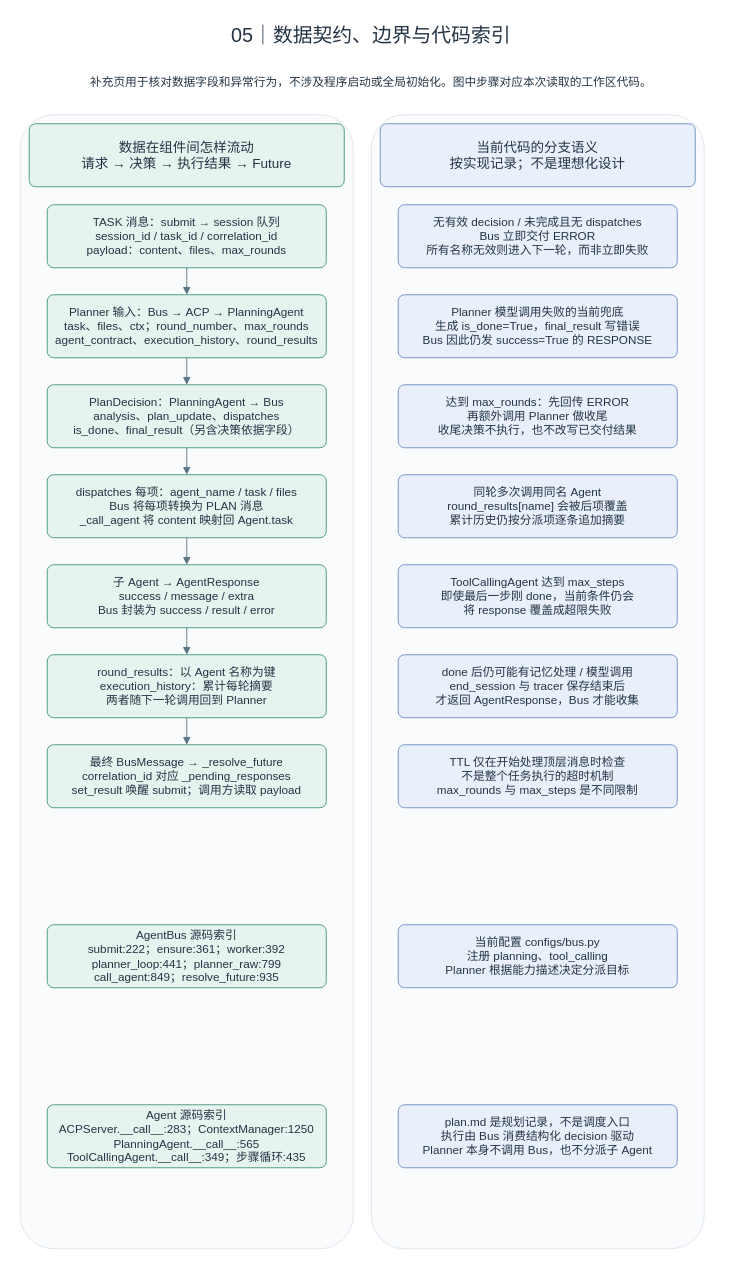
This is page "05｜数据契约、边界与代码索引" (5 of 6) of artifacts/agentbus-complete-flow-v4.drawio from roundliuyang/DeepResearchAgent, a draw.io file, before an edit. Source tidied: cells renumbered, new cells numbered last; positions are measured from the earlier drawing's top-left corner, leaving out a move shared by most shapes. Both pictures are drawn from the tidied source at 90%, with x=0, y=0 at pixel (15, 15).
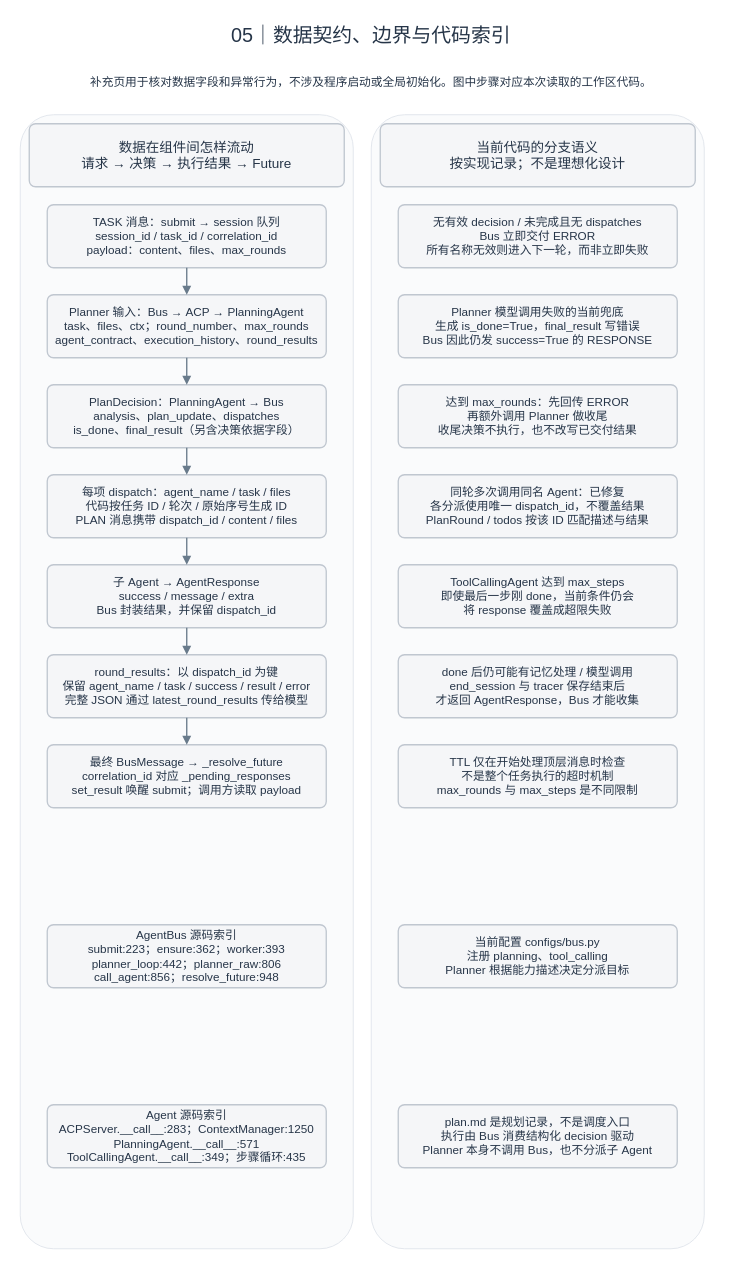
The same diagram, later.

The edit, as a diff of the source:
```diff
@@
-    <mxCell id="2" value="05｜数据契约、边界与代码索引" style="text;whiteSpace=wrap;html=0;fillColor=#FFFFFF;strokeColor=#FFFFFF;fontColor=#243444;fontSize=22;fontFamily=Helvetica;spacing=9;align=center;verticalAlign=middle;" parent="1" vertex="1">
+    <mxCell id="2" value="05｜数据契约、边界与代码索引" style="text;whiteSpace=wrap;html=0;fillColor=none;strokeColor=none;fontColor=#263548;fontSize=22;fontFamily=Helvetica;spacing=9;align=center;verticalAlign=middle;" parent="1" vertex="1">
       <mxGeometry width="790" height="45" as="geometry" />
     </mxCell>
-    <mxCell id="3" value="补充页用于核对数据字段和异常行为，不涉及程序启动或全局初始化。图中步骤对应本次读取的工作区代码。" style="text;whiteSpace=wrap;html=0;fillColor=#FFFFFF;strokeColor=#FFFFFF;fontColor=#243444;fontSize=13;fontFamily=Helvetica;spacing=9;align=center;verticalAlign=middle;" parent="1" vertex="1">
+    <mxCell id="3" value="补充页用于核对数据字段和异常行为，不涉及程序启动或全局初始化。图中步骤对应本次读取的工作区代码。" style="text;whiteSpace=wrap;html=0;fillColor=none;strokeColor=none;fontColor=#263548;fontSize=13;fontFamily=Helvetica;spacing=9;align=center;verticalAlign=middle;" parent="1" vertex="1">
       <mxGeometry y="50" width="790" height="45" as="geometry" />
     </mxCell>
-    <mxCell id="4" style="rounded=1;arcSize=10;whiteSpace=wrap;html=0;fillColor=#FAFBFD;strokeColor=#DFE5EC;fontColor=#243444;fontSize=14;fontFamily=Helvetica;spacing=9;align=center;verticalAlign=middle;" parent="1" vertex="1">
+    <mxCell id="4" style="rounded=1;arcSize=10;whiteSpace=wrap;html=0;fillColor=#FAFBFC;strokeColor=#E0E5EB;fontColor=#243444;fontSize=14;fontFamily=Helvetica;spacing=9;align=center;verticalAlign=middle;strokeWidth=1;" parent="1" vertex="1">
       <mxGeometry x="5" y="110" width="370" height="1260" as="geometry" />
     </mxCell>
-    <mxCell id="5" value="数据在组件间怎样流动&#10;请求 → 决策 → 执行结果 → Future" style="rounded=1;arcSize=10;whiteSpace=wrap;html=0;fillColor=#E7F3EF;strokeColor=#42967B;fontColor=#243444;fontSize=15;fontFamily=Helvetica;spacing=9;align=center;verticalAlign=middle;" parent="1" vertex="1">
+    <mxCell id="5" value="数据在组件间怎样流动&#10;请求 → 决策 → 执行结果 → Future" style="rounded=1;arcSize=10;whiteSpace=wrap;html=0;fillColor=#F5F6F8;strokeColor=#C0C7D0;fontColor=#263548;fontSize=15;fontFamily=Helvetica;spacing=9;align=center;verticalAlign=middle;strokeWidth=1.5;" parent="1" vertex="1">
       <mxGeometry x="15" y="120" width="350" height="70" as="geometry" />
     </mxCell>
-    <mxCell id="6" style="rounded=1;arcSize=10;whiteSpace=wrap;html=0;fillColor=#FAFBFD;strokeColor=#DFE5EC;fontColor=#243444;fontSize=14;fontFamily=Helvetica;spacing=9;align=center;verticalAlign=middle;" parent="1" vertex="1">
+    <mxCell id="6" style="rounded=1;arcSize=10;whiteSpace=wrap;html=0;fillColor=#FAFBFC;strokeColor=#E0E5EB;fontColor=#243444;fontSize=14;fontFamily=Helvetica;spacing=9;align=center;verticalAlign=middle;strokeWidth=1;" parent="1" vertex="1">
       <mxGeometry x="395" y="110" width="370" height="1260" as="geometry" />
     </mxCell>
-    <mxCell id="7" value="当前代码的分支语义&#10;按实现记录；不是理想化设计" style="rounded=1;arcSize=10;whiteSpace=wrap;html=0;fillColor=#E9F0FC;strokeColor=#6D8DC4;fontColor=#243444;fontSize=15;fontFamily=Helvetica;spacing=9;align=center;verticalAlign=middle;" parent="1" vertex="1">
+    <mxCell id="7" value="当前代码的分支语义&#10;按实现记录；不是理想化设计" style="rounded=1;arcSize=10;whiteSpace=wrap;html=0;fillColor=#F5F6F8;strokeColor=#C0C7D0;fontColor=#263548;fontSize=15;fontFamily=Helvetica;spacing=9;align=center;verticalAlign=middle;strokeWidth=1.5;" parent="1" vertex="1">
       <mxGeometry x="405" y="120" width="350" height="70" as="geometry" />
     </mxCell>
-    <mxCell id="8" value="TASK 消息：submit → session 队列&#10;session_id / task_id / correlation_id&#10;payload：content、files、max_rounds" style="rounded=1;arcSize=10;whiteSpace=wrap;html=0;fillColor=#E7F3EF;strokeColor=#42967B;fontColor=#243444;fontSize=13;fontFamily=Helvetica;spacing=9;align=center;verticalAlign=middle;" parent="1" vertex="1">
+    <mxCell id="8" value="TASK 消息：submit → session 队列&#10;session_id / task_id / correlation_id&#10;payload：content、files、max_rounds" style="rounded=1;arcSize=10;whiteSpace=wrap;html=0;fillColor=#F5F6F8;strokeColor=#C0C7D0;fontColor=#263548;fontSize=13;fontFamily=Helvetica;spacing=9;align=center;verticalAlign=middle;strokeWidth=1.5;" parent="1" vertex="1">
       <mxGeometry x="35" y="210" width="310" height="70" as="geometry" />
     </mxCell>
-    <mxCell id="9" value="Planner 输入：Bus → ACP → PlanningAgent&#10;task、files、ctx；round_number、max_rounds&#10;agent_contract、execution_history、round_results" style="rounded=1;arcSize=10;whiteSpace=wrap;html=0;fillColor=#E7F3EF;strokeColor=#42967B;fontColor=#243444;fontSize=13;fontFamily=Helvetica;spacing=9;align=center;verticalAlign=middle;" parent="1" vertex="1">
+    <mxCell id="9" value="Planner 输入：Bus → ACP → PlanningAgent&#10;task、files、ctx；round_number、max_rounds&#10;agent_contract、execution_history、round_results" style="rounded=1;arcSize=10;whiteSpace=wrap;html=0;fillColor=#F5F6F8;strokeColor=#C0C7D0;fontColor=#263548;fontSize=13;fontFamily=Helvetica;spacing=9;align=center;verticalAlign=middle;strokeWidth=1.5;" parent="1" vertex="1">
       <mxGeometry x="35" y="310" width="310" height="70" as="geometry" />
     </mxCell>
-    <mxCell id="10" value="PlanDecision：PlanningAgent → Bus&#10;analysis、plan_update、dispatches&#10;is_done、final_result（另含决策依据字段）" style="rounded=1;arcSize=10;whiteSpace=wrap;html=0;fillColor=#E7F3EF;strokeColor=#42967B;fontColor=#243444;fontSize=13;fontFamily=Helvetica;spacing=9;align=center;verticalAlign=middle;" parent="1" vertex="1">
+    <mxCell id="10" value="PlanDecision：PlanningAgent → Bus&#10;analysis、plan_update、dispatches&#10;is_done、final_result（另含决策依据字段）" style="rounded=1;arcSize=10;whiteSpace=wrap;html=0;fillColor=#F5F6F8;strokeColor=#C0C7D0;fontColor=#263548;fontSize=13;fontFamily=Helvetica;spacing=9;align=center;verticalAlign=middle;strokeWidth=1.5;" parent="1" vertex="1">
       <mxGeometry x="35" y="410" width="310" height="70" as="geometry" />
     </mxCell>
-    <mxCell id="11" value="dispatches 每项：agent_name / task / files&#10;Bus 将每项转换为 PLAN 消息&#10;_call_agent 将 content 映射回 Agent.task" style="rounded=1;arcSize=10;whiteSpace=wrap;html=0;fillColor=#E7F3EF;strokeColor=#42967B;fontColor=#243444;fontSize=13;fontFamily=Helvetica;spacing=9;align=center;verticalAlign=middle;" parent="1" vertex="1">
+    <mxCell id="11" value="每项 dispatch：agent_name / task / files&#10;代码按任务 ID / 轮次 / 原始序号生成 ID&#10;PLAN 消息携带 dispatch_id / content / files" style="rounded=1;arcSize=10;whiteSpace=wrap;html=0;fillColor=#F5F6F8;strokeColor=#C0C7D0;fontColor=#263548;fontSize=13;fontFamily=Helvetica;spacing=9;align=center;verticalAlign=middle;strokeWidth=1.5;" parent="1" vertex="1">
       <mxGeometry x="35" y="510" width="310" height="70" as="geometry" />
     </mxCell>
-    <mxCell id="12" value="子 Agent → AgentResponse&#10;success / message / extra&#10;Bus 封装为 success / result / error" style="rounded=1;arcSize=10;whiteSpace=wrap;html=0;fillColor=#E7F3EF;strokeColor=#42967B;fontColor=#243444;fontSize=13;fontFamily=Helvetica;spacing=9;align=center;verticalAlign=middle;" parent="1" vertex="1">
+    <mxCell id="12" value="子 Agent → AgentResponse&#10;success / message / extra&#10;Bus 封装结果，并保留 dispatch_id" style="rounded=1;arcSize=10;whiteSpace=wrap;html=0;fillColor=#F5F6F8;strokeColor=#C0C7D0;fontColor=#263548;fontSize=13;fontFamily=Helvetica;spacing=9;align=center;verticalAlign=middle;strokeWidth=1.5;" parent="1" vertex="1">
       <mxGeometry x="35" y="610" width="310" height="70" as="geometry" />
     </mxCell>
-    <mxCell id="13" value="round_results：以 Agent 名称为键&#10;execution_history：累计每轮摘要&#10;两者随下一轮调用回到 Planner" style="rounded=1;arcSize=10;whiteSpace=wrap;html=0;fillColor=#E7F3EF;strokeColor=#42967B;fontColor=#243444;fontSize=13;fontFamily=Helvetica;spacing=9;align=center;verticalAlign=middle;" parent="1" vertex="1">
+    <mxCell id="13" value="round_results：以 dispatch_id 为键&#10;保留 agent_name / task / success / result / error&#10;完整 JSON 通过 latest_round_results 传给模型" style="rounded=1;arcSize=10;whiteSpace=wrap;html=0;fillColor=#F5F6F8;strokeColor=#C0C7D0;fontColor=#263548;fontSize=13;fontFamily=Helvetica;spacing=9;align=center;verticalAlign=middle;strokeWidth=1.5;" parent="1" vertex="1">
       <mxGeometry x="35" y="710" width="310" height="70" as="geometry" />
     </mxCell>
-    <mxCell id="14" value="最终 BusMessage → _resolve_future&#10;correlation_id 对应 _pending_responses&#10;set_result 唤醒 submit；调用方读取 payload" style="rounded=1;arcSize=10;whiteSpace=wrap;html=0;fillColor=#E7F3EF;strokeColor=#42967B;fontColor=#243444;fontSize=13;fontFamily=Helvetica;spacing=9;align=center;verticalAlign=middle;" parent="1" vertex="1">
+    <mxCell id="14" value="最终 BusMessage → _resolve_future&#10;correlation_id 对应 _pending_responses&#10;set_result 唤醒 submit；调用方读取 payload" style="rounded=1;arcSize=10;whiteSpace=wrap;html=0;fillColor=#F5F6F8;strokeColor=#C0C7D0;fontColor=#263548;fontSize=13;fontFamily=Helvetica;spacing=9;align=center;verticalAlign=middle;strokeWidth=1.5;" parent="1" vertex="1">
       <mxGeometry x="35" y="810" width="310" height="70" as="geometry" />
     </mxCell>
-    <mxCell id="15" value="AgentBus 源码索引&#10;submit:222；ensure:361；worker:392&#10;planner_loop:441；planner_raw:799&#10;call_agent:849；resolve_future:935" style="rounded=1;arcSize=10;whiteSpace=wrap;html=0;fillColor=#E7F3EF;strokeColor=#42967B;fontColor=#243444;fontSize=13;fontFamily=Helvetica;spacing=9;align=center;verticalAlign=middle;" parent="1" vertex="1">
+    <mxCell id="15" value="AgentBus 源码索引&#10;submit:223；ensure:362；worker:393&#10;planner_loop:442；planner_raw:806&#10;call_agent:856；resolve_future:948" style="rounded=1;arcSize=10;whiteSpace=wrap;html=0;fillColor=#F5F6F8;strokeColor=#C0C7D0;fontColor=#263548;fontSize=13;fontFamily=Helvetica;spacing=9;align=center;verticalAlign=middle;strokeWidth=1.5;" parent="1" vertex="1">
       <mxGeometry x="35" y="1010" width="310" height="70" as="geometry" />
     </mxCell>
-    <mxCell id="16" value="Agent 源码索引&#10;ACPServer.__call__:283；ContextManager:1250&#10;PlanningAgent.__call__:565&#10;ToolCallingAgent.__call__:349；步骤循环:435" style="rounded=1;arcSize=10;whiteSpace=wrap;html=0;fillColor=#E7F3EF;strokeColor=#42967B;fontColor=#243444;fontSize=13;fontFamily=Helvetica;spacing=9;align=center;verticalAlign=middle;" parent="1" vertex="1">
+    <mxCell id="16" value="Agent 源码索引&#10;ACPServer.__call__:283；ContextManager:1250&#10;PlanningAgent.__call__:571&#10;ToolCallingAgent.__call__:349；步骤循环:435" style="rounded=1;arcSize=10;whiteSpace=wrap;html=0;fillColor=#F5F6F8;strokeColor=#C0C7D0;fontColor=#263548;fontSize=13;fontFamily=Helvetica;spacing=9;align=center;verticalAlign=middle;strokeWidth=1.5;" parent="1" vertex="1">
       <mxGeometry x="35" y="1210" width="310" height="70" as="geometry" />
     </mxCell>
-    <mxCell id="17" value="无有效 decision / 未完成且无 dispatches&#10;Bus 立即交付 ERROR&#10;所有名称无效则进入下一轮，而非立即失败" style="rounded=1;arcSize=10;whiteSpace=wrap;html=0;fillColor=#E9F0FC;strokeColor=#6D8DC4;fontColor=#243444;fontSize=13;fontFamily=Helvetica;spacing=9;align=center;verticalAlign=middle;" parent="1" vertex="1">
+    <mxCell id="17" value="无有效 decision / 未完成且无 dispatches&#10;Bus 立即交付 ERROR&#10;所有名称无效则进入下一轮，而非立即失败" style="rounded=1;arcSize=10;whiteSpace=wrap;html=0;fillColor=#F5F6F8;strokeColor=#C0C7D0;fontColor=#263548;fontSize=13;fontFamily=Helvetica;spacing=9;align=center;verticalAlign=middle;strokeWidth=1.5;" parent="1" vertex="1">
       <mxGeometry x="425" y="210" width="310" height="70" as="geometry" />
     </mxCell>
-    <mxCell id="18" value="Planner 模型调用失败的当前兜底&#10;生成 is_done=True，final_result 写错误&#10;Bus 因此仍发 success=True 的 RESPONSE" style="rounded=1;arcSize=10;whiteSpace=wrap;html=0;fillColor=#E9F0FC;strokeColor=#6D8DC4;fontColor=#243444;fontSize=13;fontFamily=Helvetica;spacing=9;align=center;verticalAlign=middle;" parent="1" vertex="1">
+    <mxCell id="18" value="Planner 模型调用失败的当前兜底&#10;生成 is_done=True，final_result 写错误&#10;Bus 因此仍发 success=True 的 RESPONSE" style="rounded=1;arcSize=10;whiteSpace=wrap;html=0;fillColor=#F5F6F8;strokeColor=#C0C7D0;fontColor=#263548;fontSize=13;fontFamily=Helvetica;spacing=9;align=center;verticalAlign=middle;strokeWidth=1.5;" parent="1" vertex="1">
       <mxGeometry x="425" y="310" width="310" height="70" as="geometry" />
     </mxCell>
-    <mxCell id="19" value="达到 max_rounds：先回传 ERROR&#10;再额外调用 Planner 做收尾&#10;收尾决策不执行，也不改写已交付结果" style="rounded=1;arcSize=10;whiteSpace=wrap;html=0;fillColor=#E9F0FC;strokeColor=#6D8DC4;fontColor=#243444;fontSize=13;fontFamily=Helvetica;spacing=9;align=center;verticalAlign=middle;" parent="1" vertex="1">
+    <mxCell id="19" value="达到 max_rounds：先回传 ERROR&#10;再额外调用 Planner 做收尾&#10;收尾决策不执行，也不改写已交付结果" style="rounded=1;arcSize=10;whiteSpace=wrap;html=0;fillColor=#F5F6F8;strokeColor=#C0C7D0;fontColor=#263548;fontSize=13;fontFamily=Helvetica;spacing=9;align=center;verticalAlign=middle;strokeWidth=1.5;" parent="1" vertex="1">
       <mxGeometry x="425" y="410" width="310" height="70" as="geometry" />
     </mxCell>
-    <mxCell id="20" value="同轮多次调用同名 Agent&#10;round_results[name] 会被后项覆盖&#10;累计历史仍按分派项逐条追加摘要" style="rounded=1;arcSize=10;whiteSpace=wrap;html=0;fillColor=#E9F0FC;strokeColor=#6D8DC4;fontColor=#243444;fontSize=13;fontFamily=Helvetica;spacing=9;align=center;verticalAlign=middle;" parent="1" vertex="1">
+    <mxCell id="20" value="同轮多次调用同名 Agent：已修复&#10;各分派使用唯一 dispatch_id，不覆盖结果&#10;PlanRound / todos 按该 ID 匹配描述与结果" style="rounded=1;arcSize=10;whiteSpace=wrap;html=0;fillColor=#F5F6F8;strokeColor=#C0C7D0;fontColor=#263548;fontSize=13;fontFamily=Helvetica;spacing=9;align=center;verticalAlign=middle;strokeWidth=1.5;" parent="1" vertex="1">
       <mxGeometry x="425" y="510" width="310" height="70" as="geometry" />
     </mxCell>
-    <mxCell id="21" value="ToolCallingAgent 达到 max_steps&#10;即使最后一步刚 done，当前条件仍会&#10;将 response 覆盖成超限失败" style="rounded=1;arcSize=10;whiteSpace=wrap;html=0;fillColor=#E9F0FC;strokeColor=#6D8DC4;fontColor=#243444;fontSize=13;fontFamily=Helvetica;spacing=9;align=center;verticalAlign=middle;" parent="1" vertex="1">
+    <mxCell id="21" value="ToolCallingAgent 达到 max_steps&#10;即使最后一步刚 done，当前条件仍会&#10;将 response 覆盖成超限失败" style="rounded=1;arcSize=10;whiteSpace=wrap;html=0;fillColor=#F5F6F8;strokeColor=#C0C7D0;fontColor=#263548;fontSize=13;fontFamily=Helvetica;spacing=9;align=center;verticalAlign=middle;strokeWidth=1.5;" parent="1" vertex="1">
       <mxGeometry x="425" y="610" width="310" height="70" as="geometry" />
     </mxCell>
-    <mxCell id="22" value="done 后仍可能有记忆处理 / 模型调用&#10;end_session 与 tracer 保存结束后&#10;才返回 AgentResponse，Bus 才能收集" style="rounded=1;arcSize=10;whiteSpace=wrap;html=0;fillColor=#E9F0FC;strokeColor=#6D8DC4;fontColor=#243444;fontSize=13;fontFamily=Helvetica;spacing=9;align=center;verticalAlign=middle;" parent="1" vertex="1">
+    <mxCell id="22" value="done 后仍可能有记忆处理 / 模型调用&#10;end_session 与 tracer 保存结束后&#10;才返回 AgentResponse，Bus 才能收集" style="rounded=1;arcSize=10;whiteSpace=wrap;html=0;fillColor=#F5F6F8;strokeColor=#C0C7D0;fontColor=#263548;fontSize=13;fontFamily=Helvetica;spacing=9;align=center;verticalAlign=middle;strokeWidth=1.5;" parent="1" vertex="1">
       <mxGeometry x="425" y="710" width="310" height="70" as="geometry" />
     </mxCell>
-    <mxCell id="23" value="TTL 仅在开始处理顶层消息时检查&#10;不是整个任务执行的超时机制&#10;max_rounds 与 max_steps 是不同限制" style="rounded=1;arcSize=10;whiteSpace=wrap;html=0;fillColor=#E9F0FC;strokeColor=#6D8DC4;fontColor=#243444;fontSize=13;fontFamily=Helvetica;spacing=9;align=center;verticalAlign=middle;" parent="1" vertex="1">
+    <mxCell id="23" value="TTL 仅在开始处理顶层消息时检查&#10;不是整个任务执行的超时机制&#10;max_rounds 与 max_steps 是不同限制" style="rounded=1;arcSize=10;whiteSpace=wrap;html=0;fillColor=#F5F6F8;strokeColor=#C0C7D0;fontColor=#263548;fontSize=13;fontFamily=Helvetica;spacing=9;align=center;verticalAlign=middle;strokeWidth=1.5;" parent="1" vertex="1">
       <mxGeometry x="425" y="810" width="310" height="70" as="geometry" />
     </mxCell>
-    <mxCell id="24" value="当前配置 configs/bus.py&#10;注册 planning、tool_calling&#10;Planner 根据能力描述决定分派目标" style="rounded=1;arcSize=10;whiteSpace=wrap;html=0;fillColor=#E9F0FC;strokeColor=#6D8DC4;fontColor=#243444;fontSize=13;fontFamily=Helvetica;spacing=9;align=center;verticalAlign=middle;" parent="1" vertex="1">
+    <mxCell id="24" value="当前配置 configs/bus.py&#10;注册 planning、tool_calling&#10;Planner 根据能力描述决定分派目标" style="rounded=1;arcSize=10;whiteSpace=wrap;html=0;fillColor=#F5F6F8;strokeColor=#C0C7D0;fontColor=#263548;fontSize=13;fontFamily=Helvetica;spacing=9;align=center;verticalAlign=middle;strokeWidth=1.5;" parent="1" vertex="1">
       <mxGeometry x="425" y="1010" width="310" height="70" as="geometry" />
     </mxCell>
-    <mxCell id="25" value="plan.md 是规划记录，不是调度入口&#10;执行由 Bus 消费结构化 decision 驱动&#10;Planner 本身不调用 Bus，也不分派子 Agent" style="rounded=1;arcSize=10;whiteSpace=wrap;html=0;fillColor=#E9F0FC;strokeColor=#6D8DC4;fontColor=#243444;fontSize=13;fontFamily=Helvetica;spacing=9;align=center;verticalAlign=middle;" parent="1" vertex="1">
+    <mxCell id="25" value="plan.md 是规划记录，不是调度入口&#10;执行由 Bus 消费结构化 decision 驱动&#10;Planner 本身不调用 Bus，也不分派子 Agent" style="rounded=1;arcSize=10;whiteSpace=wrap;html=0;fillColor=#F5F6F8;strokeColor=#C0C7D0;fontColor=#263548;fontSize=13;fontFamily=Helvetica;spacing=9;align=center;verticalAlign=middle;strokeWidth=1.5;" parent="1" vertex="1">
       <mxGeometry x="425" y="1210" width="310" height="70" as="geometry" />
     </mxCell>
-    <mxCell id="26" style="edgeStyle=orthogonalEdgeStyle;rounded=1;jettySize=auto;html=0;endArrow=block;endFill=1;strokeColor=#587383;fontColor=#587383;fontSize=11;labelBackgroundColor=#FFFFFF;exitX=0.5;exitY=1;entryX=0.5;entryY=0;" parent="1" edge="1" source="8" target="9">
+    <mxCell id="26" style="edgeStyle=orthogonalEdgeStyle;rounded=1;jettySize=auto;html=0;endArrow=block;endFill=1;strokeColor=#697B8B;fontColor=#697B8B;fontSize=11;labelBackgroundColor=#FFFFFF;exitX=0.5;exitY=1;entryX=0.5;entryY=0;strokeWidth=1.5;fontStyle=0;" parent="1" edge="1" source="8" target="9">
       <mxGeometry relative="1" as="geometry">
         <Array as="points">
           <mxPoint x="190" y="290" />
           <mxPoint x="190" y="300" />
         </Array>
       </mxGeometry>
     </mxCell>
-    <mxCell id="27" style="edgeStyle=orthogonalEdgeStyle;rounded=1;jettySize=auto;html=0;endArrow=block;endFill=1;strokeColor=#587383;fontColor=#587383;fontSize=11;labelBackgroundColor=#FFFFFF;exitX=0.5;exitY=1;entryX=0.5;entryY=0;" parent="1" edge="1" source="9" target="10">
+    <mxCell id="27" style="edgeStyle=orthogonalEdgeStyle;rounded=1;jettySize=auto;html=0;endArrow=block;endFill=1;strokeColor=#697B8B;fontColor=#697B8B;fontSize=11;labelBackgroundColor=#FFFFFF;exitX=0.5;exitY=1;entryX=0.5;entryY=0;strokeWidth=1.5;fontStyle=0;" parent="1" edge="1" source="9" target="10">
       <mxGeometry relative="1" as="geometry">
         <Array as="points">
           <mxPoint x="190" y="390" />
           <mxPoint x="190" y="400" />
         </Array>
       </mxGeometry>
     </mxCell>
-    <mxCell id="28" style="edgeStyle=orthogonalEdgeStyle;rounded=1;jettySize=auto;html=0;endArrow=block;endFill=1;strokeColor=#587383;fontColor=#587383;fontSize=11;labelBackgroundColor=#FFFFFF;exitX=0.5;exitY=1;entryX=0.5;entryY=0;" parent="1" edge="1" source="10" target="11">
+    <mxCell id="28" style="edgeStyle=orthogonalEdgeStyle;rounded=1;jettySize=auto;html=0;endArrow=block;endFill=1;strokeColor=#697B8B;fontColor=#697B8B;fontSize=11;labelBackgroundColor=#FFFFFF;exitX=0.5;exitY=1;entryX=0.5;entryY=0;strokeWidth=1.5;fontStyle=0;" parent="1" edge="1" source="10" target="11">
       <mxGeometry relative="1" as="geometry">
         <Array as="points">
           <mxPoint x="190" y="490" />
           <mxPoint x="190" y="500" />
         </Array>
       </mxGeometry>
     </mxCell>
-    <mxCell id="29" style="edgeStyle=orthogonalEdgeStyle;rounded=1;jettySize=auto;html=0;endArrow=block;endFill=1;strokeColor=#587383;fontColor=#587383;fontSize=11;labelBackgroundColor=#FFFFFF;exitX=0.5;exitY=1;entryX=0.5;entryY=0;" parent="1" edge="1" source="11" target="12">
+    <mxCell id="29" style="edgeStyle=orthogonalEdgeStyle;rounded=1;jettySize=auto;html=0;endArrow=block;endFill=1;strokeColor=#697B8B;fontColor=#697B8B;fontSize=11;labelBackgroundColor=#FFFFFF;exitX=0.5;exitY=1;entryX=0.5;entryY=0;strokeWidth=1.5;fontStyle=0;" parent="1" edge="1" source="11" target="12">
       <mxGeometry relative="1" as="geometry">
         <Array as="points">
           <mxPoint x="190" y="590" />
           <mxPoint x="190" y="600" />
         </Array>
       </mxGeometry>
     </mxCell>
-    <mxCell id="30" style="edgeStyle=orthogonalEdgeStyle;rounded=1;jettySize=auto;html=0;endArrow=block;endFill=1;strokeColor=#587383;fontColor=#587383;fontSize=11;labelBackgroundColor=#FFFFFF;exitX=0.5;exitY=1;entryX=0.5;entryY=0;" parent="1" edge="1" source="12" target="13">
+    <mxCell id="30" style="edgeStyle=orthogonalEdgeStyle;rounded=1;jettySize=auto;html=0;endArrow=block;endFill=1;strokeColor=#697B8B;fontColor=#697B8B;fontSize=11;labelBackgroundColor=#FFFFFF;exitX=0.5;exitY=1;entryX=0.5;entryY=0;strokeWidth=1.5;fontStyle=0;" parent="1" edge="1" source="12" target="13">
       <mxGeometry relative="1" as="geometry">
         <Array as="points">
           <mxPoint x="190" y="690" />
           <mxPoint x="190" y="700" />
         </Array>
       </mxGeometry>
     </mxCell>
-    <mxCell id="31" style="edgeStyle=orthogonalEdgeStyle;rounded=1;jettySize=auto;html=0;endArrow=block;endFill=1;strokeColor=#587383;fontColor=#587383;fontSize=11;labelBackgroundColor=#FFFFFF;exitX=0.5;exitY=1;entryX=0.5;entryY=0;" parent="1" edge="1" source="13" target="14">
+    <mxCell id="31" style="edgeStyle=orthogonalEdgeStyle;rounded=1;jettySize=auto;html=0;endArrow=block;endFill=1;strokeColor=#697B8B;fontColor=#697B8B;fontSize=11;labelBackgroundColor=#FFFFFF;exitX=0.5;exitY=1;entryX=0.5;entryY=0;strokeWidth=1.5;fontStyle=0;" parent="1" edge="1" source="13" target="14">
       <mxGeometry relative="1" as="geometry">
         <Array as="points">
           <mxPoint x="190" y="790" />
           <mxPoint x="190" y="800" />
         </Array>
       </mxGeometry>
     </mxCell>
```
